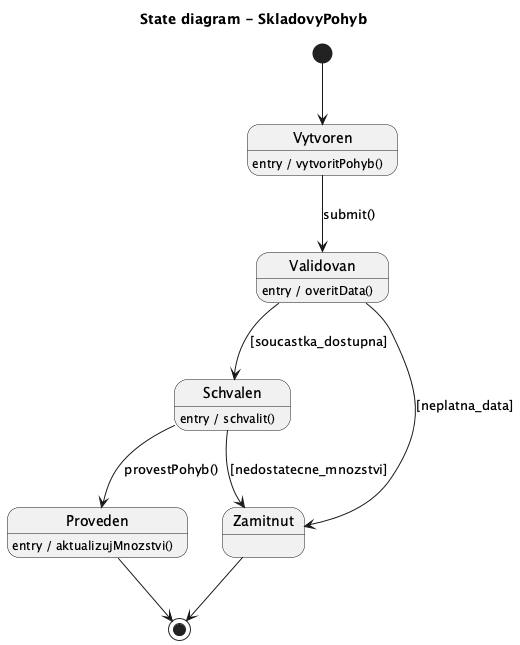
This is docs/images/09_state_pohyb_skladu.png from lkvapil/wms-elektronicke-soucastky, a PlantUML export, as it was before one commit.
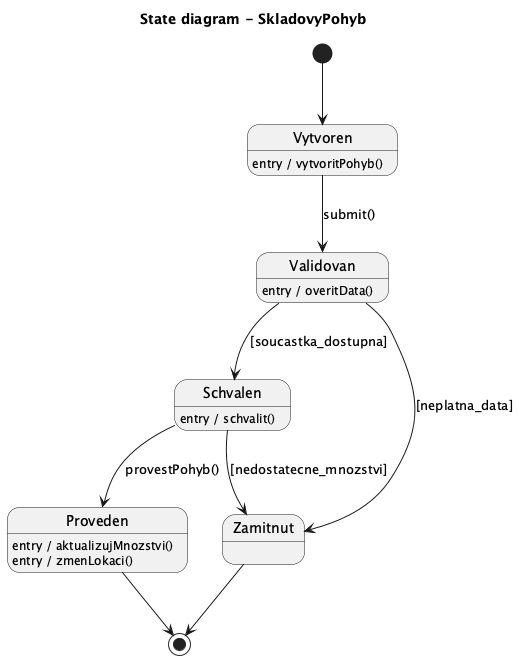
After the commit.

Commit message:
docs: regenerovany state diagram s zmenLokaci

Change to the diagram source:
```diff
@@ -15,6 +15,7 @@
 Schvalen --> Zamitnut : [nedostatecne_mnozstvi]
 
 Proveden : entry / aktualizujMnozstvi()
+Proveden : entry / zmenLokaci()
 
 Proveden --> [*]
 Zamitnut --> [*]
```
